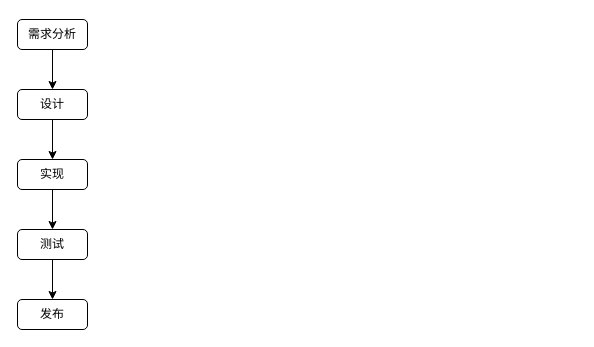
Before: 未命名绘图.drawio in GPlaying/brain_map, a draw.io diagram. Source tidied: cells renumbered, new cells numbered last; positions are measured from the earlier drawing's top-left corner, leaving out a move shared by most shapes. Both pictures are drawn from the tidied source at 100%, with x=0, y=0 at pixel (17, 19).
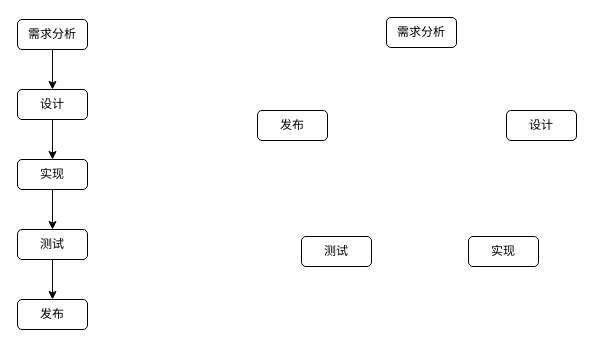
The same page after the edit.

Commit message (it also covers changes not shown here):
更新未命名绘图.drawio

The edit, as a diff of the source:
```diff
@@
 <mxGraphModel>
   <root>
     <mxCell id="0" />
     <mxCell id="1" parent="0" />
     <mxCell id="2" style="edgeStyle=orthogonalEdgeStyle;rounded=0;jettySize=auto;html=1;entryX=0.5;entryY=0;entryDx=0;entryDy=0;" parent="1" edge="1" source="3" target="5">
       <mxGeometry relative="1" as="geometry" />
     </mxCell>
     <mxCell id="3" value="需求分析" style="rounded=1;whiteSpace=wrap;html=1;" parent="1" vertex="1">
       <mxGeometry width="70" height="30" as="geometry" />
     </mxCell>
     <mxCell id="4" style="edgeStyle=orthogonalEdgeStyle;rounded=0;jettySize=auto;html=1;entryX=0.5;entryY=0;entryDx=0;entryDy=0;" parent="1" edge="1" source="5" target="7">
       <mxGeometry relative="1" as="geometry" />
     </mxCell>
     <mxCell id="5" value="设计" style="rounded=1;whiteSpace=wrap;html=1;" parent="1" vertex="1">
       <mxGeometry y="70" width="70" height="30" as="geometry" />
     </mxCell>
     <mxCell id="6" style="edgeStyle=orthogonalEdgeStyle;rounded=0;jettySize=auto;html=1;entryX=0.5;entryY=0;entryDx=0;entryDy=0;" parent="1" edge="1" source="7" target="9">
       <mxGeometry relative="1" as="geometry" />
     </mxCell>
     <mxCell id="7" value="实现" style="rounded=1;whiteSpace=wrap;html=1;" parent="1" vertex="1">
       <mxGeometry y="140" width="70" height="30" as="geometry" />
     </mxCell>
     <mxCell id="8" style="edgeStyle=orthogonalEdgeStyle;rounded=0;jettySize=auto;html=1;entryX=0.5;entryY=0;entryDx=0;entryDy=0;" parent="1" edge="1" source="9" target="10">
       <mxGeometry relative="1" as="geometry" />
     </mxCell>
     <mxCell id="9" value="测试" style="rounded=1;whiteSpace=wrap;html=1;" parent="1" vertex="1">
       <mxGeometry y="210" width="70" height="30" as="geometry" />
     </mxCell>
     <mxCell id="10" value="发布" style="rounded=1;whiteSpace=wrap;html=1;" parent="1" vertex="1">
       <mxGeometry y="280" width="70" height="30" as="geometry" />
     </mxCell>
+    <mxCell id="11" value="需求分析" style="rounded=1;whiteSpace=wrap;html=1;" parent="1" vertex="1">
+      <mxGeometry x="369" y="-2" width="70" height="30" as="geometry" />
+    </mxCell>
+    <mxCell id="12" value="设计" style="rounded=1;whiteSpace=wrap;html=1;" parent="1" vertex="1">
+      <mxGeometry x="489" y="91" width="70" height="30" as="geometry" />
+    </mxCell>
+    <mxCell id="13" value="实现" style="rounded=1;whiteSpace=wrap;html=1;" parent="1" vertex="1">
+      <mxGeometry x="451" y="217" width="70" height="30" as="geometry" />
+    </mxCell>
+    <mxCell id="14" value="测试" style="rounded=1;whiteSpace=wrap;html=1;" parent="1" vertex="1">
+      <mxGeometry x="284" y="217" width="70" height="30" as="geometry" />
+    </mxCell>
+    <mxCell id="15" value="发布" style="rounded=1;whiteSpace=wrap;html=1;" parent="1" vertex="1">
+      <mxGeometry x="240" y="91" width="70" height="30" as="geometry" />
+    </mxCell>
   </root>
 </mxGraphModel>
```
